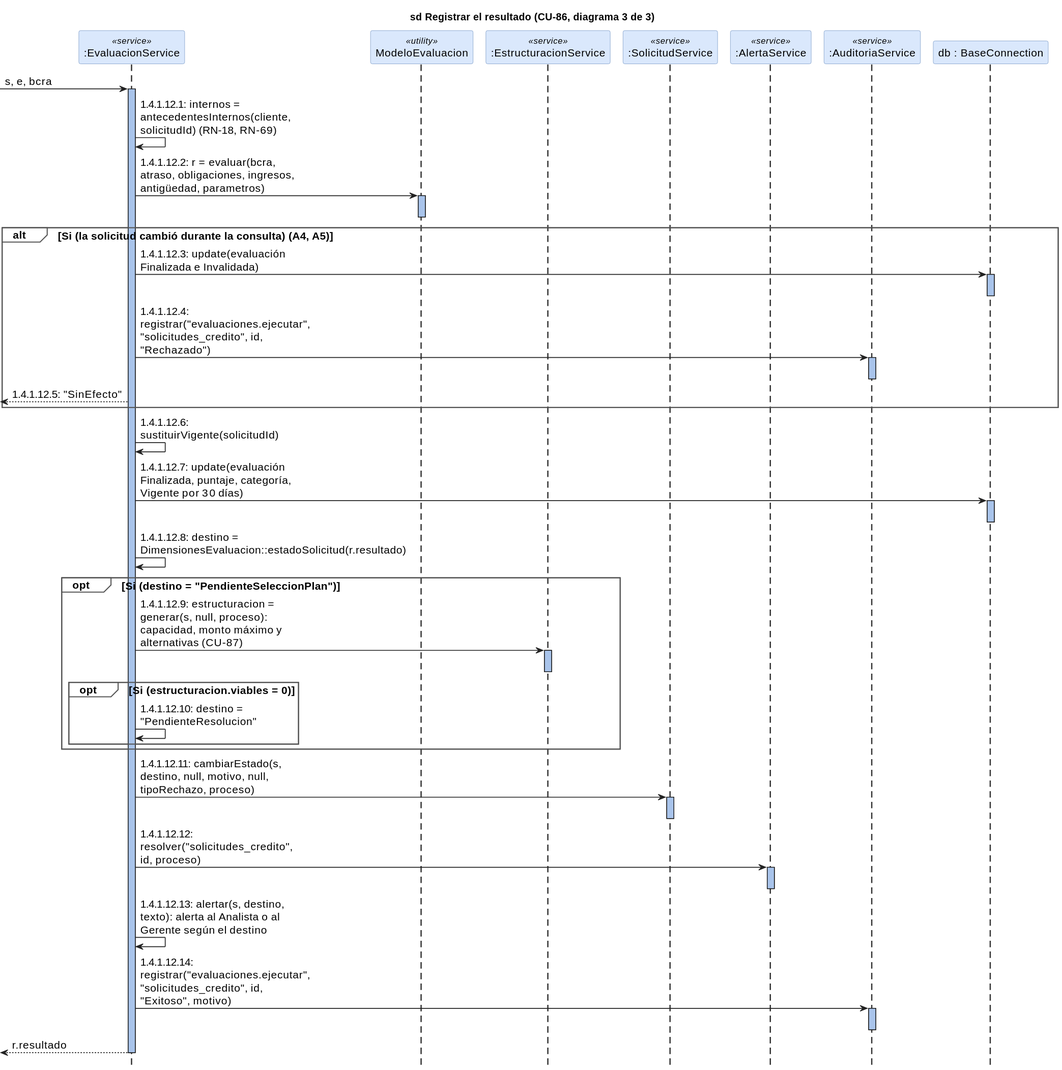
Before: docs/diseno/secuencias/svg/cu86_3.svg, a diagram exported from PlantUML (ivanthoux/sigccr). The source it was exported from:
```plantuml
@startuml
!include estilo.iuml
title sd Registrar el resultado (CU-86, diagrama 3 de 3)
participant ":EvaluacionService" as E <<service>>
participant "ModeloEvaluacion" as ME <<utility>>
participant ":EstructuracionService" as ES <<service>>
participant ":SolicitudService" as SO <<service>>
participant ":AlertaService" as AL <<service>>
participant ":AuditoriaService" as AU <<service>>
participant "db : BaseConnection" as DB
[-> E ++ : s, e, bcra
E -> E : 1.4.1.12.1: internos = antecedentesInternos(cliente, solicitudId) (RN-18, RN-69)
E -> ME ++ : 1.4.1.12.2: r = evaluar(bcra, atraso, obligaciones, ingresos, antigüedad, parametros)
deactivate ME
alt Si (la solicitud cambió durante la consulta) (A4, A5)
  E -> DB ++ : 1.4.1.12.3: update(evaluación Finalizada e Invalidada)
  deactivate DB
  E -> AU ++ : 1.4.1.12.4: registrar("evaluaciones.ejecutar", "solicitudes_credito", id, "Rechazado")
  deactivate AU
  [<-- E : 1.4.1.12.5: "SinEfecto"
end
E -> E : 1.4.1.12.6: sustituirVigente(solicitudId)
E -> DB ++ : 1.4.1.12.7: update(evaluación Finalizada, puntaje, categoría, Vigente por 30 días)
deactivate DB
E -> E : 1.4.1.12.8: destino = DimensionesEvaluacion::estadoSolicitud(r.resultado)
opt Si (destino = "PendienteSeleccionPlan")
  E -> ES ++ : 1.4.1.12.9: estructuracion = generar(s, null, proceso): capacidad, monto máximo y alternativas (CU-87)
  deactivate ES
  opt Si (estructuracion.viables = 0)
    E -> E : 1.4.1.12.10: destino = "PendienteResolucion"
  end
end
E -> SO ++ : 1.4.1.12.11: cambiarEstado(s, destino, null, motivo, null, tipoRechazo, proceso)
deactivate SO
E -> AL ++ : 1.4.1.12.12: resolver("solicitudes_credito", id, proceso)
deactivate AL
E -> E : 1.4.1.12.13: alertar(s, destino, texto): alerta al Analista o al Gerente según el destino
E -> AU ++ : 1.4.1.12.14: registrar("evaluaciones.ejecutar", "solicitudes_credito", id, "Exitoso", motivo)
deactivate AU
[<-- E -- : r.resultado
@enduml
```
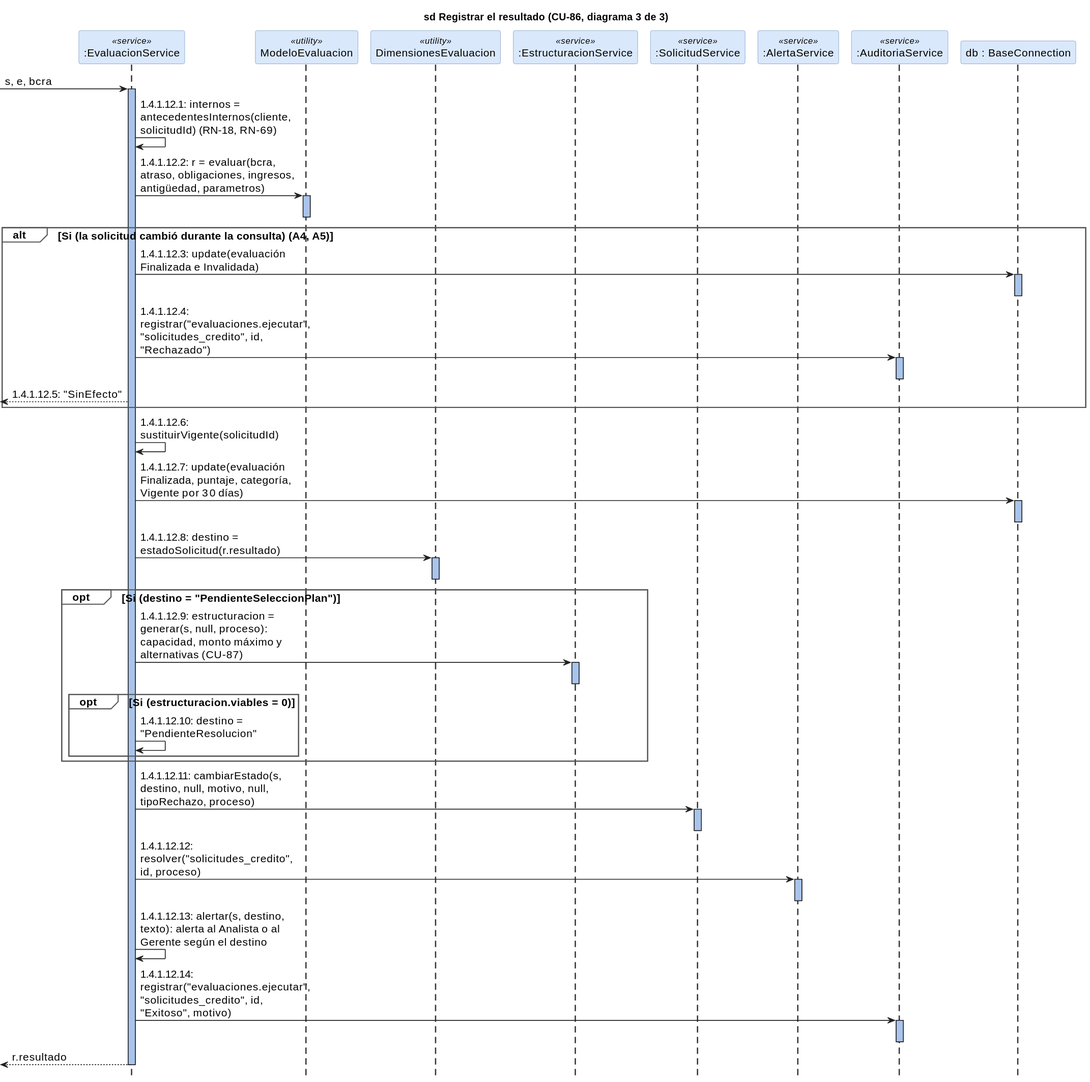
Later version of the same file.

What changed in the source:
```diff
@@ -3,6 +3,7 @@
 title sd Registrar el resultado (CU-86, diagrama 3 de 3)
 participant ":EvaluacionService" as E <<service>>
 participant "ModeloEvaluacion" as ME <<utility>>
+participant "DimensionesEvaluacion" as DE <<utility>>
 participant ":EstructuracionService" as ES <<service>>
 participant ":SolicitudService" as SO <<service>>
 participant ":AlertaService" as AL <<service>>
@@ -22,7 +23,8 @@
 E -> E : 1.4.1.12.6: sustituirVigente(solicitudId)
 E -> DB ++ : 1.4.1.12.7: update(evaluación Finalizada, puntaje, categoría, Vigente por 30 días)
 deactivate DB
-E -> E : 1.4.1.12.8: destino = DimensionesEvaluacion::estadoSolicitud(r.resultado)
+E -> DE ++ : 1.4.1.12.8: destino = estadoSolicitud(r.resultado)
+deactivate DE
 opt Si (destino = "PendienteSeleccionPlan")
   E -> ES ++ : 1.4.1.12.9: estructuracion = generar(s, null, proceso): capacidad, monto máximo y alternativas (CU-87)
   deactivate ES
```
